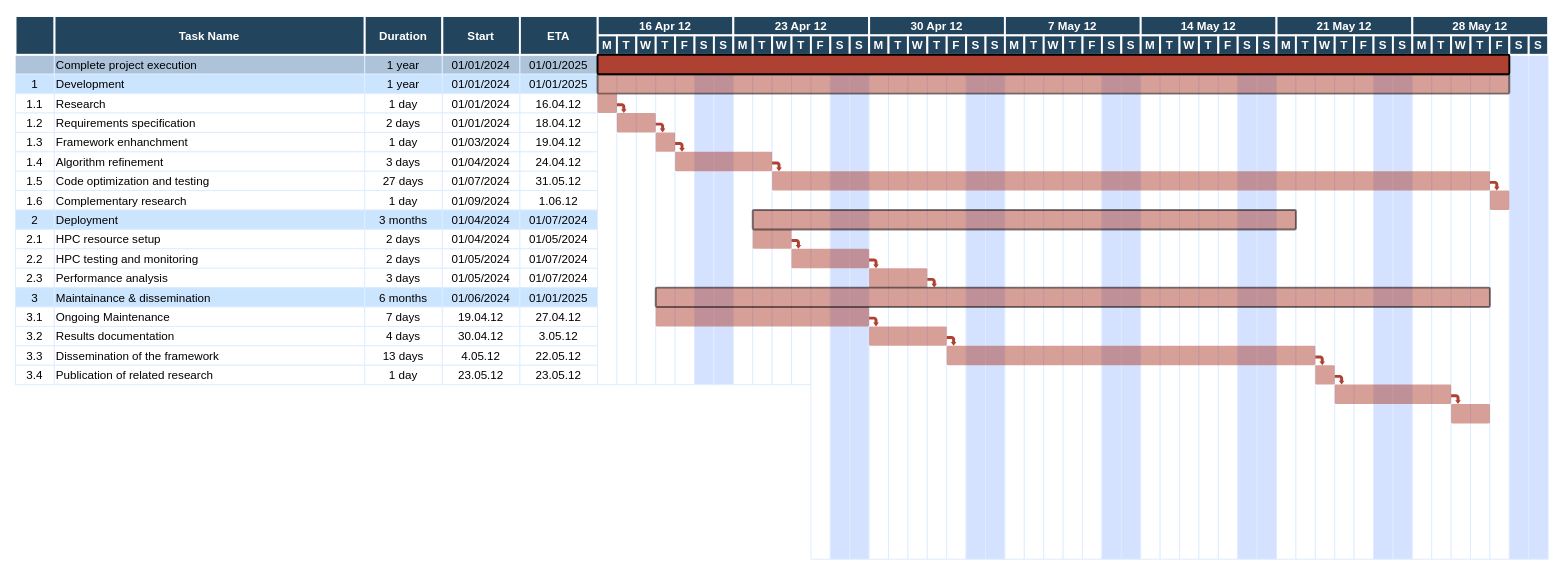
The draw.io diagram docs/GANTT-cineca.drawio in josura/c2c-sepia, before the edit. Source tidied: cells renumbered, new cells numbered last; positions are measured from the earlier drawing's top-left corner, leaving out a move shared by most shapes. Both pictures are drawn from the tidied source at 97%, with x=0, y=0 at pixel (15, 16).
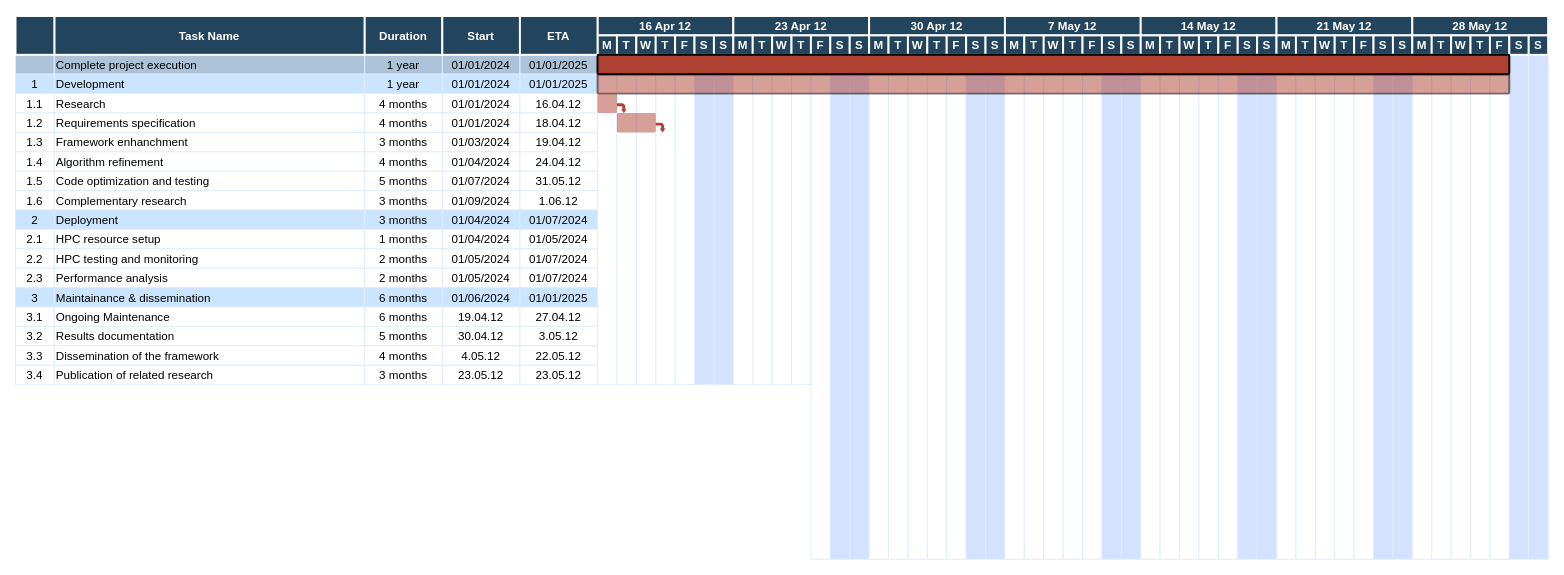
The same diagram, later.

Diff of the diagram source:
```diff
@@
-    <mxCell id="15" value="1 day" style="strokeColor=#DEEDFF;" parent="1" vertex="1">
+    <mxCell id="15" value="4 months" style="strokeColor=#DEEDFF;" parent="1" vertex="1">
       <mxGeometry x="360.5" y="80" width="80" height="20" as="geometry" />
     </mxCell>
@@
-    <mxCell id="20" value="2 days" style="strokeColor=#DEEDFF;" parent="1" vertex="1">
+    <mxCell id="20" value="4 months" style="strokeColor=#DEEDFF;" parent="1" vertex="1">
       <mxGeometry x="360.5" y="100" width="80" height="20" as="geometry" />
     </mxCell>
@@
-    <mxCell id="25" value="1 day" style="strokeColor=#DEEDFF;" parent="1" vertex="1">
+    <mxCell id="25" value="3 months" style="strokeColor=#DEEDFF;" parent="1" vertex="1">
       <mxGeometry x="360.5" y="120" width="80" height="20" as="geometry" />
     </mxCell>
@@
-    <mxCell id="30" value="3 days" style="strokeColor=#DEEDFF;" parent="1" vertex="1">
+    <mxCell id="30" value="4 months" style="strokeColor=#DEEDFF;" parent="1" vertex="1">
       <mxGeometry x="360.5" y="140" width="80" height="20" as="geometry" />
     </mxCell>
@@
-    <mxCell id="35" value="27 days" style="strokeColor=#DEEDFF;" parent="1" vertex="1">
+    <mxCell id="35" value="5 months" style="strokeColor=#DEEDFF;" parent="1" vertex="1">
       <mxGeometry x="360.5" y="160" width="80" height="20" as="geometry" />
     </mxCell>
@@
-    <mxCell id="40" value="1 day" style="strokeColor=#DEEDFF;" parent="1" vertex="1">
+    <mxCell id="40" value="3 months" style="strokeColor=#DEEDFF;" parent="1" vertex="1">
       <mxGeometry x="360.5" y="180" width="80" height="20" as="geometry" />
     </mxCell>
@@
-    <mxCell id="50" value="2 days" style="strokeColor=#DEEDFF;" parent="1" vertex="1">
+    <mxCell id="50" value="1 months" style="strokeColor=#DEEDFF;" parent="1" vertex="1">
       <mxGeometry x="360.5" y="220" width="80" height="20" as="geometry" />
     </mxCell>
@@
-    <mxCell id="55" value="2 days" style="strokeColor=#DEEDFF;" parent="1" vertex="1">
+    <mxCell id="55" value="2 months" style="strokeColor=#DEEDFF;" parent="1" vertex="1">
       <mxGeometry x="360.5" y="240" width="80" height="20" as="geometry" />
     </mxCell>
@@
-    <mxCell id="60" value="3 days" style="strokeColor=#DEEDFF;" parent="1" vertex="1">
+    <mxCell id="60" value="2 months" style="strokeColor=#DEEDFF;" parent="1" vertex="1">
       <mxGeometry x="360.5" y="260" width="80" height="20" as="geometry" />
     </mxCell>
@@
-    <mxCell id="70" value="7 days" style="strokeColor=#DEEDFF;" parent="1" vertex="1">
+    <mxCell id="70" value="6 months" style="strokeColor=#DEEDFF;" parent="1" vertex="1">
       <mxGeometry x="360.5" y="300" width="80" height="20" as="geometry" />
     </mxCell>
@@
-    <mxCell id="75" value="4 days" style="strokeColor=#DEEDFF;" parent="1" vertex="1">
+    <mxCell id="75" value="5 months" style="strokeColor=#DEEDFF;" parent="1" vertex="1">
       <mxGeometry x="360.5" y="320" width="80" height="20" as="geometry" />
     </mxCell>
@@
-    <mxCell id="80" value="13 days" style="strokeColor=#DEEDFF;" parent="1" vertex="1">
+    <mxCell id="80" value="4 months" style="strokeColor=#DEEDFF;" parent="1" vertex="1">
       <mxGeometry x="360.5" y="340" width="80" height="20" as="geometry" />
     </mxCell>
@@
-    <mxCell id="85" value="1 day" style="strokeColor=#DEEDFF;" parent="1" vertex="1">
+    <mxCell id="85" value="3 months" style="strokeColor=#DEEDFF;" parent="1" vertex="1">
       <mxGeometry x="360.5" y="360" width="80" height="20" as="geometry" />
     </mxCell>
@@
-    <mxCell id="201" style="shape=mxgraph.flowchart.process;fillColor=#AE4132;strokeColor=none;strokeWidth=2;opacity=50;" parent="1" vertex="1">
-      <mxGeometry x="660.5" y="120" width="20" height="20" as="geometry" />
-    </mxCell>
-    <mxCell id="202" style="shape=mxgraph.flowchart.process;fillColor=#AE4132;strokeColor=none;strokeWidth=2;opacity=50;" parent="1" vertex="1">
-      <mxGeometry x="780.5" y="160" width="740" height="20" as="geometry" />
-    </mxCell>
-    <mxCell id="203" style="shape=mxgraph.flowchart.process;fillColor=#AE4132;strokeColor=none;strokeWidth=2;opacity=50;" parent="1" vertex="1">
-      <mxGeometry x="1520.5" y="180" width="20" height="20" as="geometry" />
-    </mxCell>
@@
-    <mxCell id="205" style="shape=mxgraph.arrows.bent_right_arrow;fillColor=#AE4132;strokeColor=none;strokeWidth=2;direction=south;" parent="1" vertex="1">
-      <mxGeometry x="680.5" y="130" width="10" height="10" as="geometry" />
-    </mxCell>
-    <mxCell id="206" style="shape=mxgraph.arrows.bent_right_arrow;fillColor=#AE4132;strokeColor=none;strokeWidth=2;direction=south;" parent="1" vertex="1">
-      <mxGeometry x="1520.5" y="170" width="10" height="10" as="geometry" />
-    </mxCell>
-    <mxCell id="207" style="shape=mxgraph.flowchart.process;fillColor=#AE4132;strokeColor=none;strokeWidth=2;opacity=50;" parent="1" vertex="1">
-      <mxGeometry x="680.5" y="140" width="100" height="20" as="geometry" />
-    </mxCell>
-    <mxCell id="208" style="shape=mxgraph.arrows.bent_right_arrow;fillColor=#AE4132;strokeColor=none;strokeWidth=2;direction=south;" parent="1" vertex="1">
-      <mxGeometry x="780.5" y="150" width="10" height="10" as="geometry" />
-    </mxCell>
@@
-    <mxCell id="210" style="shape=mxgraph.flowchart.process;fillColor=#AE4132;strokeColor=none;strokeWidth=2;opacity=50;" parent="1" vertex="1">
-      <mxGeometry x="760.5" y="220" width="40" height="20" as="geometry" />
-    </mxCell>
-    <mxCell id="211" style="shape=mxgraph.flowchart.process;fillColor=#AE4132;strokeColor=#000000;strokeWidth=2;opacity=50;" parent="1" vertex="1">
-      <mxGeometry x="760.5" y="200" width="560" height="20" as="geometry" />
-    </mxCell>
-    <mxCell id="212" style="shape=mxgraph.flowchart.process;fillColor=#AE4132;strokeColor=none;strokeWidth=2;opacity=50;" parent="1" vertex="1">
-      <mxGeometry x="800.5" y="240" width="80" height="20" as="geometry" />
-    </mxCell>
-    <mxCell id="213" style="shape=mxgraph.flowchart.process;fillColor=#AE4132;strokeColor=none;strokeWidth=2;opacity=50;" parent="1" vertex="1">
-      <mxGeometry x="880.5" y="260" width="60" height="20" as="geometry" />
-    </mxCell>
-    <mxCell id="214" style="shape=mxgraph.flowchart.process;fillColor=#AE4132;strokeColor=none;strokeWidth=2;opacity=50;" parent="1" vertex="1">
-      <mxGeometry x="660.5" y="300" width="220" height="20" as="geometry" />
-    </mxCell>
-    <mxCell id="215" style="shape=mxgraph.flowchart.process;fillColor=#AE4132;strokeColor=none;strokeWidth=2;opacity=50;" parent="1" vertex="1">
-      <mxGeometry x="880.5" y="320" width="80" height="20" as="geometry" />
-    </mxCell>
-    <mxCell id="216" style="shape=mxgraph.flowchart.process;fillColor=#AE4132;strokeColor=none;strokeWidth=2;opacity=50;" parent="1" vertex="1">
-      <mxGeometry x="960.5" y="340" width="380" height="20" as="geometry" />
-    </mxCell>
-    <mxCell id="217" style="shape=mxgraph.flowchart.process;fillColor=#AE4132;strokeColor=none;strokeWidth=2;opacity=50;" parent="1" vertex="1">
-      <mxGeometry x="1340.5" y="360" width="20" height="20" as="geometry" />
-    </mxCell>
-    <mxCell id="218" style="shape=mxgraph.flowchart.process;fillColor=#AE4132;strokeColor=none;strokeWidth=2;opacity=50;" parent="1" vertex="1">
-      <mxGeometry x="1360.5" y="380" width="120" height="20" as="geometry" />
-    </mxCell>
-    <mxCell id="219" style="shape=mxgraph.flowchart.process;fillColor=#AE4132;strokeColor=none;strokeWidth=2;opacity=50;" parent="1" vertex="1">
-      <mxGeometry x="1480.5" y="400" width="40" height="20" as="geometry" />
-    </mxCell>
-    <mxCell id="220" style="shape=mxgraph.flowchart.process;fillColor=#AE4132;strokeColor=#000000;strokeWidth=2;opacity=50;" parent="1" vertex="1">
-      <mxGeometry x="660.5" y="280" width="860" height="20" as="geometry" />
-    </mxCell>
-    <mxCell id="221" style="shape=mxgraph.arrows.bent_right_arrow;fillColor=#AE4132;strokeColor=none;strokeWidth=2;direction=south;" parent="1" vertex="1">
-      <mxGeometry x="800.5" y="230" width="10" height="10" as="geometry" />
-    </mxCell>
-    <mxCell id="222" style="shape=mxgraph.arrows.bent_right_arrow;fillColor=#AE4132;strokeColor=none;strokeWidth=2;direction=south;" parent="1" vertex="1">
-      <mxGeometry x="880.5" y="250" width="10" height="10" as="geometry" />
-    </mxCell>
-    <mxCell id="223" style="shape=mxgraph.arrows.bent_right_arrow;fillColor=#AE4132;strokeColor=none;strokeWidth=2;direction=south;" parent="1" vertex="1">
-      <mxGeometry x="940.5" y="270" width="10" height="10" as="geometry" />
-    </mxCell>
-    <mxCell id="224" style="shape=mxgraph.arrows.bent_right_arrow;fillColor=#AE4132;strokeColor=none;strokeWidth=2;direction=south;" parent="1" vertex="1">
-      <mxGeometry x="880.5" y="310" width="10" height="10" as="geometry" />
-    </mxCell>
-    <mxCell id="225" style="shape=mxgraph.arrows.bent_right_arrow;fillColor=#AE4132;strokeColor=none;strokeWidth=2;direction=south;" parent="1" vertex="1">
-      <mxGeometry x="960.5" y="330" width="10" height="10" as="geometry" />
-    </mxCell>
-    <mxCell id="226" style="shape=mxgraph.arrows.bent_right_arrow;fillColor=#AE4132;strokeColor=none;strokeWidth=2;direction=south;" parent="1" vertex="1">
-      <mxGeometry x="1340.5" y="350" width="10" height="10" as="geometry" />
-    </mxCell>
-    <mxCell id="227" style="shape=mxgraph.arrows.bent_right_arrow;fillColor=#AE4132;strokeColor=none;strokeWidth=2;direction=south;" parent="1" vertex="1">
-      <mxGeometry x="1360.5" y="370" width="10" height="10" as="geometry" />
-    </mxCell>
-    <mxCell id="228" style="shape=mxgraph.arrows.bent_right_arrow;fillColor=#AE4132;strokeColor=none;strokeWidth=2;direction=south;" parent="1" vertex="1">
-      <mxGeometry x="1480.5" y="390" width="10" height="10" as="geometry" />
-    </mxCell>
```
